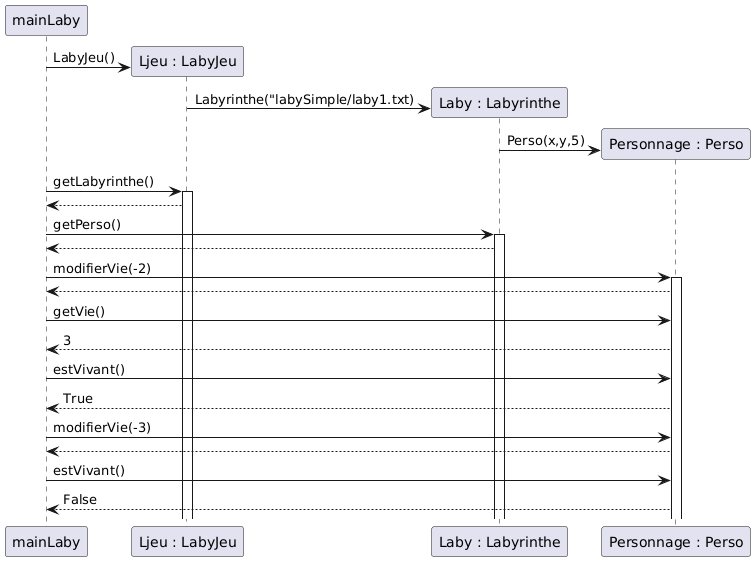
MartinGouthier/2025_Zeldiablo_MartinGouthier keeps this PlantUML diagram as documents/version_2/diagrammeDeSequence_GestionDeLaVie.png. Above is the earlier version. The source it was exported from:
```plantuml
@startuml
participant "mainLaby" as main
participant "Ljeu : LabyJeu" as LabyJeu
participant "Laby : Labyrinthe" as Labyrinthe
participant "Personnage : Perso" as Perso

create LabyJeu
main -> LabyJeu : LabyJeu()
create Labyrinthe
LabyJeu -> Labyrinthe : Labyrinthe("labySimple/laby1.txt)
create Perso
Labyrinthe -> Perso : Perso(x,y,5)

main -> LabyJeu : getLabyrinthe()
activate LabyJeu
LabyJeu --> main
    main -> Labyrinthe : getPerso()
    activate Labyrinthe
    Labyrinthe --> main
    main -> Perso : modifierVie(-2)
    activate Perso
    Perso --> main
    main -> Perso : getVie()
    Perso --> main : 3
    main -> Perso : estVivant()
    Perso --> main : True
    main -> Perso : modifierVie(-3)
    Perso --> main
    main -> Perso : estVivant()
    Perso --> main : False
@enduml
```
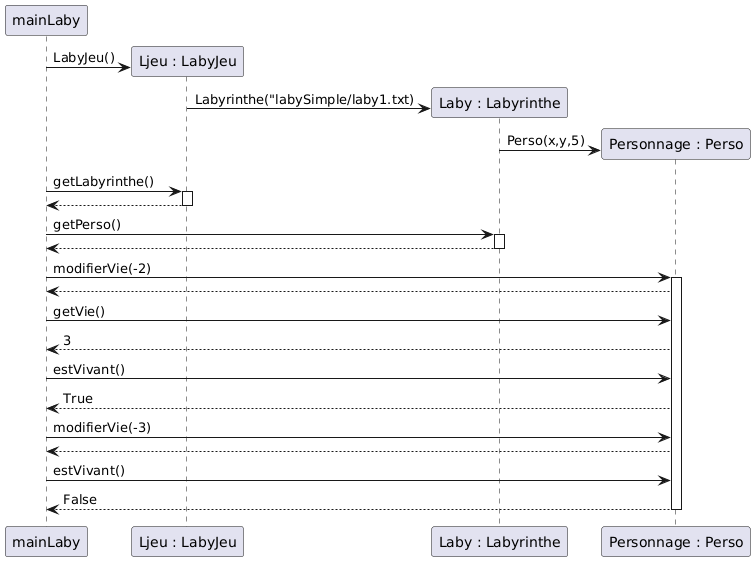
Later version of the same file.

Commit message:
Modification du diagramme de classe

The edit, as a diff of the source:
```diff
@@ -14,9 +14,11 @@
 main -> LabyJeu : getLabyrinthe()
 activate LabyJeu
 LabyJeu --> main
+deactivate LabyJeu
     main -> Labyrinthe : getPerso()
     activate Labyrinthe
     Labyrinthe --> main
+    deactivate Labyrinthe
     main -> Perso : modifierVie(-2)
     activate Perso
     Perso --> main
@@ -28,4 +30,5 @@
     Perso --> main
     main -> Perso : estVivant()
     Perso --> main : False
+    deactivate Perso
 @enduml
```
